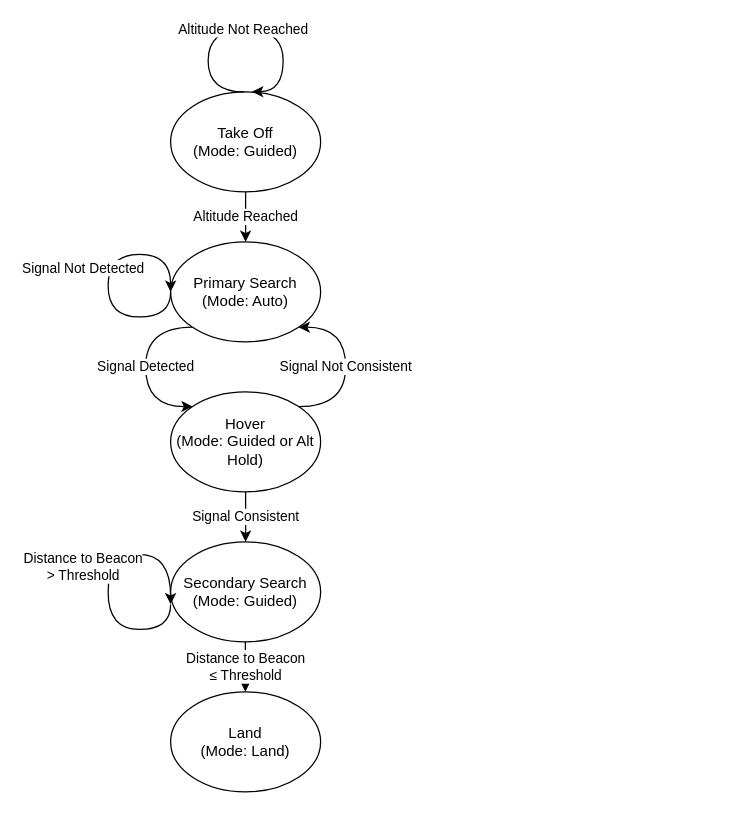
This is docs/diagrams/software_states.drawio from AviDrone/backend, a draw.io file, before an edit. Source tidied: cells renumbered, new cells numbered last; positions are measured from the earlier drawing's top-left corner, leaving out a move shared by most shapes. Both pictures are drawn from the tidied source at 125%, with x=0, y=0 at pixel (108, 29).
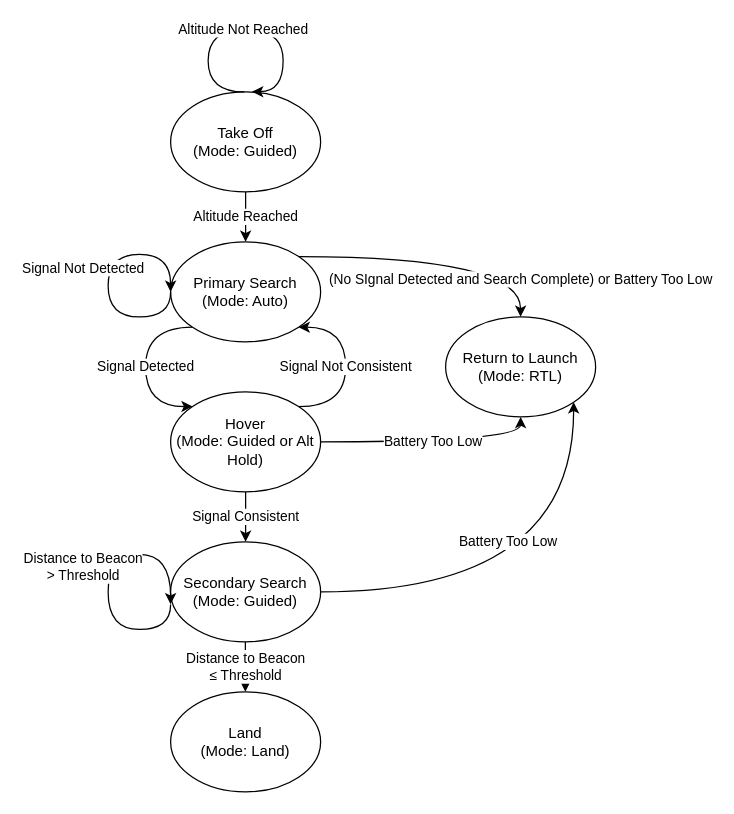
After the change.

Unchanged cells that the change refers to:
```xml
<mxCell id="5" value="Primary Search&lt;br&gt;(Mode: Auto)" style="ellipse;whiteSpace=wrap;html=1;" parent="1" vertex="1">
  <mxGeometry x="50" y="170" width="120" height="80" as="geometry" />
</mxCell>
<mxCell id="6" value="Hover&lt;br&gt;(Mode: Guided or Alt Hold)" style="ellipse;whiteSpace=wrap;html=1;" parent="1" vertex="1">
  <mxGeometry x="50" y="290" width="120" height="80" as="geometry" />
</mxCell>
<mxCell id="7" value="Secondary Search&lt;br&gt;(Mode: Guided)" style="ellipse;whiteSpace=wrap;html=1;" parent="1" vertex="1">
  <mxGeometry x="50" y="410" width="120" height="80" as="geometry" />
</mxCell>
```

Diff of the diagram source:
```diff
@@
+    <mxCell id="15" style="edgeStyle=orthogonalEdgeStyle;jettySize=auto;html=1;entryX=0.5;entryY=0;entryDx=0;entryDy=0;curved=1;exitX=1;exitY=0;exitDx=0;exitDy=0;" parent="1" edge="1" source="5" target="19">
+      <mxGeometry relative="1" as="geometry" />
+    </mxCell>
+    <mxCell id="16" value="(No SIgnal Detected and Search Complete) or Battery Too Low" style="edgeLabel;html=1;align=center;verticalAlign=middle;" parent="15" vertex="1">
+      <mxGeometry x="-0.44" y="-3" relative="1" as="geometry">
+        <mxPoint x="114" y="15" as="offset" />
+      </mxGeometry>
+    </mxCell>
@@
+    <mxCell id="17" value="Battery Too Low" style="edgeStyle=orthogonalEdgeStyle;curved=1;jettySize=auto;html=1;entryX=0.5;entryY=1;entryDx=0;entryDy=0;" parent="1" edge="1" source="6" target="19">
+      <mxGeometry relative="1" as="geometry" />
+    </mxCell>
@@
+    <mxCell id="18" value="Battery Too Low" style="edgeStyle=orthogonalEdgeStyle;curved=1;jettySize=auto;html=1;entryX=1;entryY=1;entryDx=0;entryDy=0;" parent="1" edge="1" source="7" target="19">
+      <mxGeometry x="-0.15" y="40" relative="1" as="geometry" />
+    </mxCell>
@@
+    <mxCell id="19" value="Return to Launch (Mode: RTL)" style="ellipse;whiteSpace=wrap;html=1;" parent="1" vertex="1">
+      <mxGeometry x="270" y="230" width="120" height="80" as="geometry" />
+    </mxCell>
```
